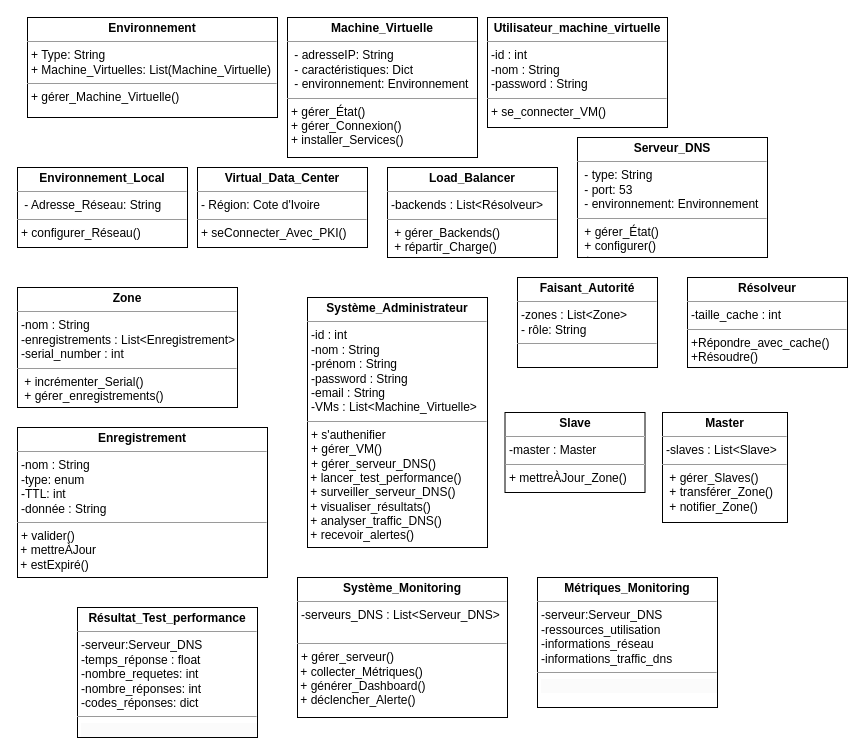
This is Diagramme sans nom.drawio from eya-harbaoui/Diagramms, a draw.io file, before an edit. Source tidied: cells renumbered, new cells numbered last; positions are measured from the earlier drawing's top-left corner, leaving out a move shared by most shapes. Both pictures are drawn from the tidied source at 100%, with x=0, y=0 at pixel (17, 17).
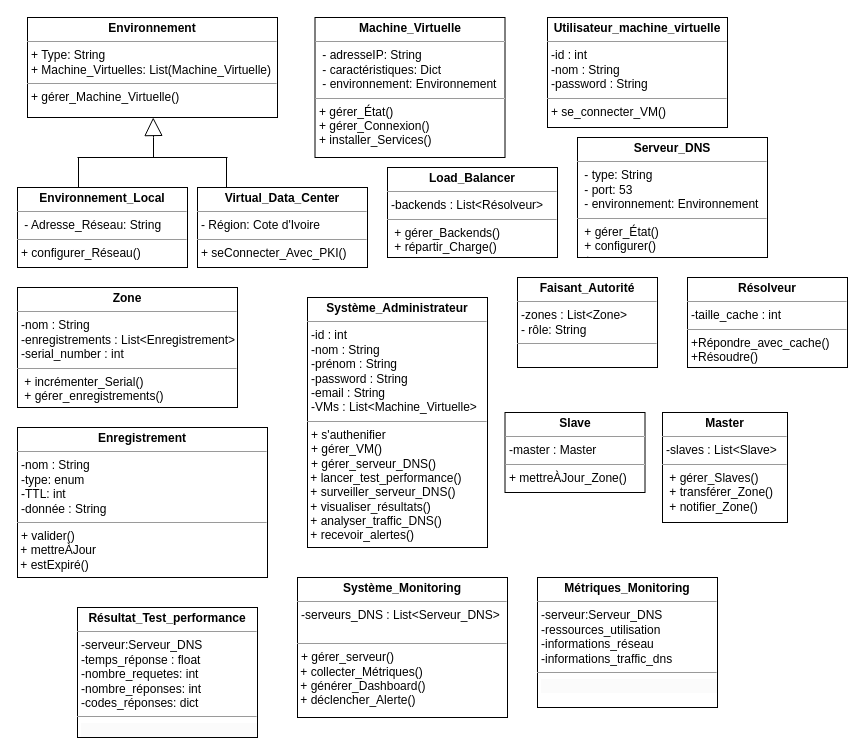
Above is the later version.

Commit message (it also covers changes not shown here):
Mettre à jour Diagramme sans nom.drawio

The change refers to these unchanged cells:
```xml
<mxCell id="2" value="&lt;p style=&quot;margin:0px;margin-top:4px;text-align:center;&quot;&gt;&lt;b&gt;Environnement&lt;/b&gt;&lt;/p&gt;&lt;hr size=&quot;1&quot;&gt;&lt;p style=&quot;margin:0px;margin-left:4px;&quot;&gt;+ Type: String&lt;br&gt;+ Machine_Virtuelles: List(Machine_Virtuelle)&lt;/p&gt;&lt;hr size=&quot;1&quot;&gt;&lt;p style=&quot;margin:0px;margin-left:4px;&quot;&gt;+ gérer_Machine_Virtuelle()&lt;br&gt;&lt;/p&gt;" style="verticalAlign=top;align=left;overflow=fill;fontSize=12;fontFamily=Helvetica;html=1;rounded=0;shadow=0;comic=0;labelBackgroundColor=none;strokeWidth=1;" parent="1" vertex="1">
  <mxGeometry x="10" width="250" height="100" as="geometry" />
</mxCell>
```

The edit, as a diff of the source:
```diff
@@
     <mxCell id="3" value="&lt;p style=&quot;margin:0px;margin-top:4px;text-align:center;&quot;&gt;&lt;b&gt;Environnement_Local&lt;/b&gt;&lt;/p&gt;&lt;hr size=&quot;1&quot;&gt;&lt;p style=&quot;margin:0px;margin-left:4px;&quot;&gt;&amp;nbsp;- Adresse_Réseau: String&lt;br&gt;&lt;/p&gt;&lt;hr size=&quot;1&quot;&gt;&lt;p style=&quot;margin:0px;margin-left:4px;&quot;&gt;+ configurer_Réseau()&lt;br&gt;&lt;br&gt;&lt;/p&gt;" style="verticalAlign=top;align=left;overflow=fill;fontSize=12;fontFamily=Helvetica;html=1;rounded=0;shadow=0;comic=0;labelBackgroundColor=none;strokeWidth=1;" parent="1" vertex="1">
-      <mxGeometry y="150" width="170" height="80" as="geometry" />
+      <mxGeometry y="170" width="170" height="80" as="geometry" />
     </mxCell>
     <mxCell id="4" value="&lt;p style=&quot;margin:0px;margin-top:4px;text-align:center;&quot;&gt;&lt;b&gt;Virtual_Data_Center&lt;/b&gt;&lt;/p&gt;&lt;hr size=&quot;1&quot;&gt;&lt;p style=&quot;margin:0px;margin-left:4px;&quot;&gt;- Région: Cote d'Ivoire&lt;br&gt;&lt;/p&gt;&lt;hr size=&quot;1&quot;&gt;&lt;p style=&quot;margin:0px;margin-left:4px;&quot;&gt;+ seConnecter_Avec_PKI()&lt;br&gt;&lt;/p&gt;" style="verticalAlign=top;align=left;overflow=fill;fontSize=12;fontFamily=Helvetica;html=1;rounded=0;shadow=0;comic=0;labelBackgroundColor=none;strokeWidth=1;" parent="1" vertex="1">
-      <mxGeometry x="180" y="150" width="170" height="80" as="geometry" />
+      <mxGeometry x="180" y="170" width="170" height="80" as="geometry" />
     </mxCell>
     <mxCell id="5" value="&lt;p style=&quot;margin:0px;margin-top:4px;text-align:center;&quot;&gt;&lt;b&gt;Machine_Virtuelle&lt;/b&gt;&lt;/p&gt;&lt;hr size=&quot;1&quot;&gt;&lt;p style=&quot;margin:0px;margin-left:4px;&quot;&gt;&amp;nbsp;- adresseIP: String&lt;br&gt;&lt;/p&gt;&lt;p style=&quot;margin:0px;margin-left:4px;&quot;&gt;&amp;nbsp;- caractéristiques: Dict&lt;/p&gt;&lt;p style=&quot;margin:0px;margin-left:4px;&quot;&gt;&amp;nbsp;- environnement: Environnement&lt;br&gt;&lt;/p&gt;&lt;hr size=&quot;1&quot;&gt;&lt;p style=&quot;margin:0px;margin-left:4px;&quot;&gt;+ gérer_État()&lt;/p&gt;&lt;p style=&quot;margin:0px;margin-left:4px;&quot;&gt;+ gérer_Connexion()&lt;/p&gt;&lt;p style=&quot;margin:0px;margin-left:4px;&quot;&gt;+ installer_Services()&lt;br&gt;&lt;/p&gt;" style="verticalAlign=top;align=left;overflow=fill;fontSize=12;fontFamily=Helvetica;html=1;rounded=0;shadow=0;comic=0;labelBackgroundColor=none;strokeWidth=1;" parent="1" vertex="1">
-      <mxGeometry x="270" width="190" height="140" as="geometry" />
+      <mxGeometry x="297.5" width="190" height="140" as="geometry" />
     </mxCell>
@@
     <mxCell id="16" value="&lt;p style=&quot;margin:0px;margin-top:4px;text-align:center;&quot;&gt;&lt;b&gt;Utilisateur_machine_virtuelle&lt;/b&gt;&lt;/p&gt;&lt;hr size=&quot;1&quot;&gt;&lt;p style=&quot;margin:0px;margin-left:4px;&quot;&gt;-id : int&lt;/p&gt;&lt;p style=&quot;margin:0px;margin-left:4px;&quot;&gt;-nom : String&lt;/p&gt;&lt;p style=&quot;margin:0px;margin-left:4px;&quot;&gt;-password : String&lt;/p&gt;&lt;hr size=&quot;1&quot;&gt;&lt;p style=&quot;margin:0px;margin-left:4px;&quot;&gt;&lt;span style=&quot;forced-color-adjust: none; color: rgb(0, 0, 0); font-family: Helvetica; font-size: 12px; font-style: normal; font-variant-ligatures: normal; font-variant-caps: normal; font-weight: 400; letter-spacing: normal; orphans: 2; text-align: left; text-indent: 0px; text-transform: none; widows: 2; word-spacing: 0px; -webkit-text-stroke-width: 0px; white-space: normal; background-color: rgb(251, 251, 251); text-decoration-thickness: initial; text-decoration-style: initial; text-decoration-color: initial;&quot;&gt;&lt;/span&gt;&lt;/p&gt;&lt;p style=&quot;forced-color-adjust: none; color: rgb(0, 0, 0); font-family: Helvetica; font-size: 12px; font-style: normal; font-variant-ligatures: normal; font-variant-caps: normal; font-weight: 400; letter-spacing: normal; orphans: 2; text-align: left; text-indent: 0px; text-transform: none; widows: 2; word-spacing: 0px; -webkit-text-stroke-width: 0px; white-space: nowrap; text-decoration-thickness: initial; text-decoration-style: initial; text-decoration-color: initial; margin: 0px 0px 0px 4px;&quot;&gt;&lt;span style=&quot;forced-color-adjust: none; text-wrap: wrap;&quot;&gt;+ se_connecter_VM()&lt;/span&gt;&lt;/p&gt;" style="verticalAlign=top;align=left;overflow=fill;fontSize=12;fontFamily=Helvetica;html=1;rounded=0;shadow=0;comic=0;labelBackgroundColor=none;strokeWidth=1;" parent="1" vertex="1">
-      <mxGeometry x="470" width="180" height="110" as="geometry" />
+      <mxGeometry x="530" width="180" height="110" as="geometry" />
     </mxCell>
@@
+    <mxCell id="19" style="group;" parent="1" vertex="1">
+      <mxGeometry x="60" y="120" width="150" height="50" as="geometry" />
+    </mxCell>
+    <mxCell id="20" style="endArrow=block;endSize=16;endFill=0;html=1;rounded=0;" parent="19" edge="1" target="2">
+      <mxGeometry relative="1" as="geometry">
+        <mxPoint x="76" y="20" as="sourcePoint" />
+        <Array as="points">
+          <mxPoint x="76" />
+        </Array>
+      </mxGeometry>
+    </mxCell>
+    <mxCell id="21" style="endArrow=none;html=1;rounded=0;" parent="19" edge="1">
+      <mxGeometry relative="1" as="geometry">
+        <mxPoint y="20" as="sourcePoint" />
+        <mxPoint x="150" y="20" as="targetPoint" />
+      </mxGeometry>
+    </mxCell>
+    <mxCell id="22" style="endArrow=none;html=1;rounded=0;" parent="19" edge="1">
+      <mxGeometry relative="1" as="geometry">
+        <mxPoint x="1" y="20" as="sourcePoint" />
+        <mxPoint x="1" y="50" as="targetPoint" />
+      </mxGeometry>
+    </mxCell>
+    <mxCell id="23" style="endArrow=none;html=1;rounded=0;" parent="19" edge="1">
+      <mxGeometry relative="1" as="geometry">
+        <mxPoint x="149" y="20" as="sourcePoint" />
+        <mxPoint x="149" y="50" as="targetPoint" />
+      </mxGeometry>
+    </mxCell>
```
